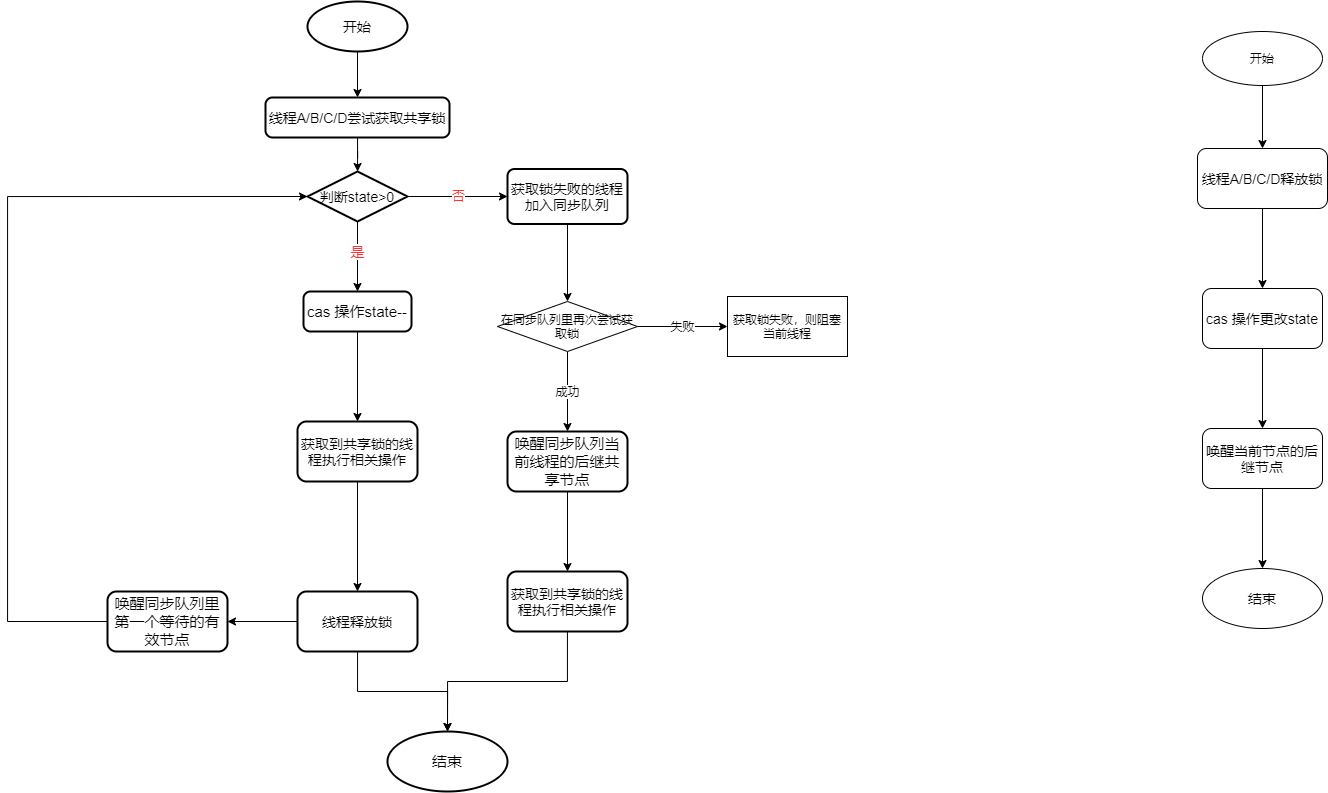
weirjiang/blog.github.io keeps this draw.io diagram as 共享锁获取流程图.drawio.png. Above is the earlier version. Source tidied: cells renumbered, new cells last; positions are measured from the earlier drawing's top-left corner, leaving out a move shared by most shapes.
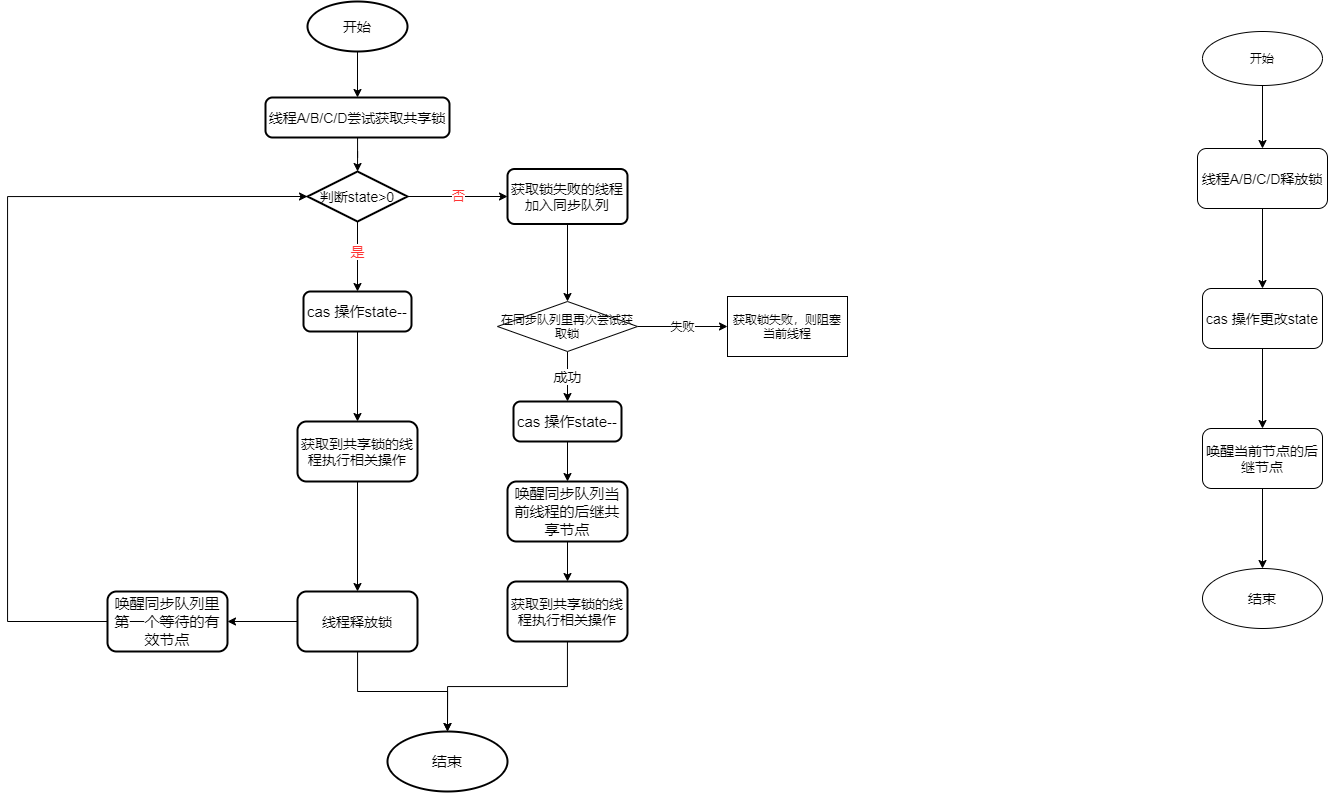
The same diagram one commit later.

Commit message:
更新共享锁获取流程图.drawio.png

The edit, as a diff of the source:
```diff
@@ -37,11 +37,11 @@
     <mxCell id="12" value="&lt;font style=&quot;font-size: 14px&quot;&gt;获取锁失败的线程加入同步队列&lt;/font&gt;" style="rounded=1;whiteSpace=wrap;html=1;absoluteArcSize=1;arcSize=14;strokeWidth=2;" parent="1" vertex="1">
       <mxGeometry x="500" y="167.5" width="120" height="55" as="geometry" />
     </mxCell>
-    <mxCell id="13" style="edgeStyle=orthogonalEdgeStyle;rounded=0;jettySize=auto;html=1;" parent="1" edge="1" source="14" target="28">
+    <mxCell id="13" style="edgeStyle=orthogonalEdgeStyle;rounded=0;jettySize=auto;html=1;fontSize=14;" parent="1" edge="1" source="14" target="28">
       <mxGeometry relative="1" as="geometry" />
     </mxCell>
     <mxCell id="14" value="&lt;font style=&quot;font-size: 15px&quot;&gt;唤醒同步队列当前线程的后继共享节点&lt;/font&gt;" style="whiteSpace=wrap;html=1;strokeWidth=2;rounded=1;" parent="1" vertex="1">
-      <mxGeometry x="500" y="430" width="120" height="60" as="geometry" />
+      <mxGeometry x="500" y="480" width="120" height="60" as="geometry" />
     </mxCell>
     <mxCell id="15" style="edgeStyle=orthogonalEdgeStyle;rounded=0;jettySize=auto;html=1;" parent="1" edge="1" source="16" target="19">
       <mxGeometry relative="1" as="geometry" />
@@ -72,12 +72,12 @@
     <mxCell id="22" value="&lt;font style=&quot;font-size: 15px&quot;&gt;结束&lt;/font&gt;" style="ellipse;whiteSpace=wrap;html=1;rounded=1;shadow=0;strokeWidth=2;glass=0;sketch=0;" parent="1" vertex="1">
       <mxGeometry x="380" y="730" width="120" height="60" as="geometry" />
     </mxCell>
+    <mxCell id="24" value="失败" style="edgeStyle=orthogonalEdgeStyle;rounded=0;jettySize=auto;html=1;" parent="1" edge="1" source="25" target="26">
+      <mxGeometry relative="1" as="geometry" />
+    </mxCell>
-    <mxCell id="23" value="成功" style="edgeStyle=orthogonalEdgeStyle;rounded=0;jettySize=auto;html=1;" parent="1" edge="1" source="25" target="14">
+    <mxCell id="23" value="成功" style="edgeStyle=orthogonalEdgeStyle;rounded=0;jettySize=auto;html=1;fontSize=14;" parent="1" edge="1" source="25" target="39">
       <mxGeometry relative="1" as="geometry" />
     </mxCell>
-    <mxCell id="24" value="失败" style="edgeStyle=orthogonalEdgeStyle;rounded=0;jettySize=auto;html=1;" parent="1" edge="1" source="25" target="26">
-      <mxGeometry relative="1" as="geometry" />
-    </mxCell>
     <mxCell id="25" value="在同步队列里再次尝试获取锁" style="rhombus;whiteSpace=wrap;html=1;" parent="1" vertex="1">
       <mxGeometry x="490" y="300" width="140" height="50" as="geometry" />
     </mxCell>
@@ -88,7 +88,7 @@
       <mxGeometry relative="1" as="geometry" />
     </mxCell>
     <mxCell id="28" value="&lt;span style=&quot;font-size: 14px&quot;&gt;获取到共享锁的线程执行相关操作&lt;/span&gt;" style="whiteSpace=wrap;html=1;rounded=1;strokeWidth=2;" parent="1" vertex="1">
-      <mxGeometry x="500" y="570" width="120" height="60" as="geometry" />
+      <mxGeometry x="500" y="580" width="120" height="60" as="geometry" />
     </mxCell>
     <mxCell id="29" style="edgeStyle=orthogonalEdgeStyle;rounded=0;jettySize=auto;html=1;" parent="1" edge="1" source="30" target="32">
       <mxGeometry relative="1" as="geometry" />
@@ -117,5 +117,11 @@
     <mxCell id="37" value="结束" style="ellipse;whiteSpace=wrap;html=1;rounded=1;fontSize=14;" parent="1" vertex="1">
       <mxGeometry x="1195" y="567" width="120" height="60" as="geometry" />
     </mxCell>
+    <mxCell id="38" style="edgeStyle=orthogonalEdgeStyle;rounded=0;jettySize=auto;html=1;fontSize=14;" parent="1" edge="1" source="39" target="14">
+      <mxGeometry relative="1" as="geometry" />
+    </mxCell>
+    <mxCell id="39" value="&lt;font style=&quot;font-size: 15px&quot;&gt;cas&amp;nbsp;操作state--&lt;/font&gt;" style="rounded=1;whiteSpace=wrap;html=1;absoluteArcSize=1;arcSize=14;strokeWidth=2;" parent="1" vertex="1">
+      <mxGeometry x="506" y="400" width="108" height="40" as="geometry" />
+    </mxCell>
   </root>
 </mxGraphModel>
```
